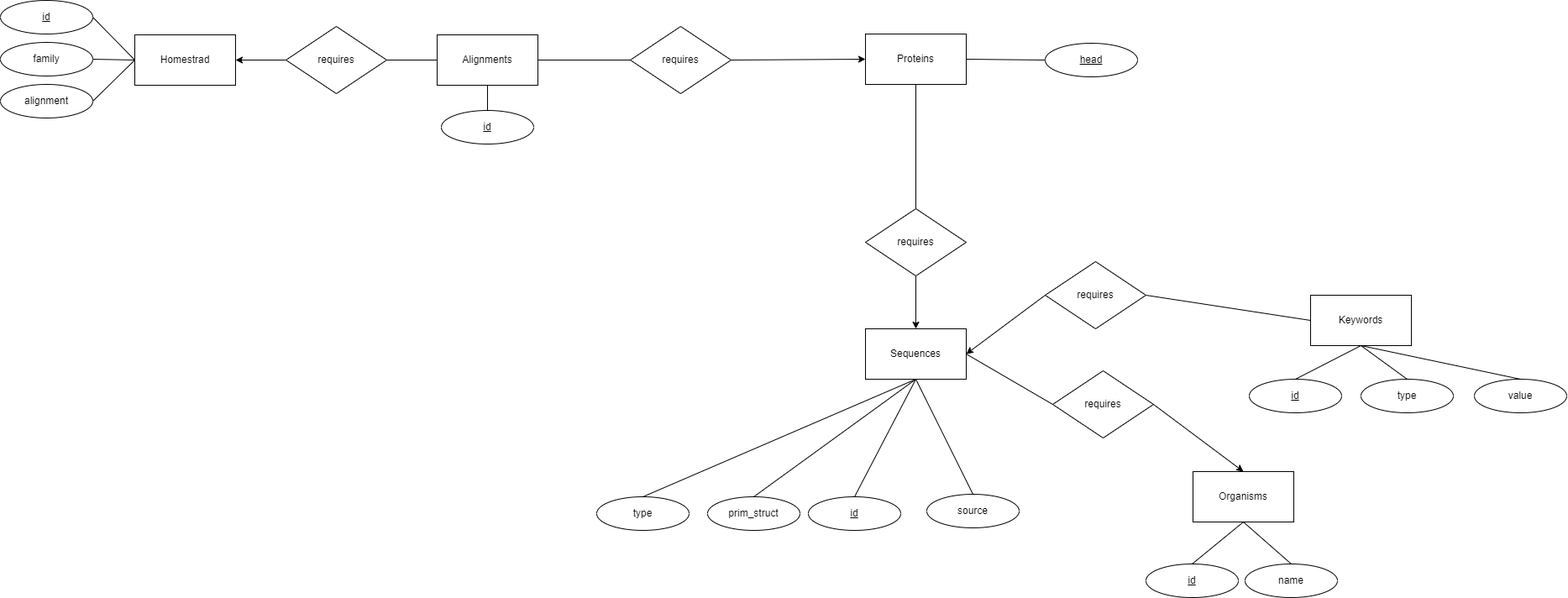
This is schema.png from juliusstein77/propra_blockteil, a draw.io export, as it was before one commit. Source tidied: cells renumbered, new cells last; positions are measured from the earlier drawing's top-left corner, leaving out a move shared by most shapes.
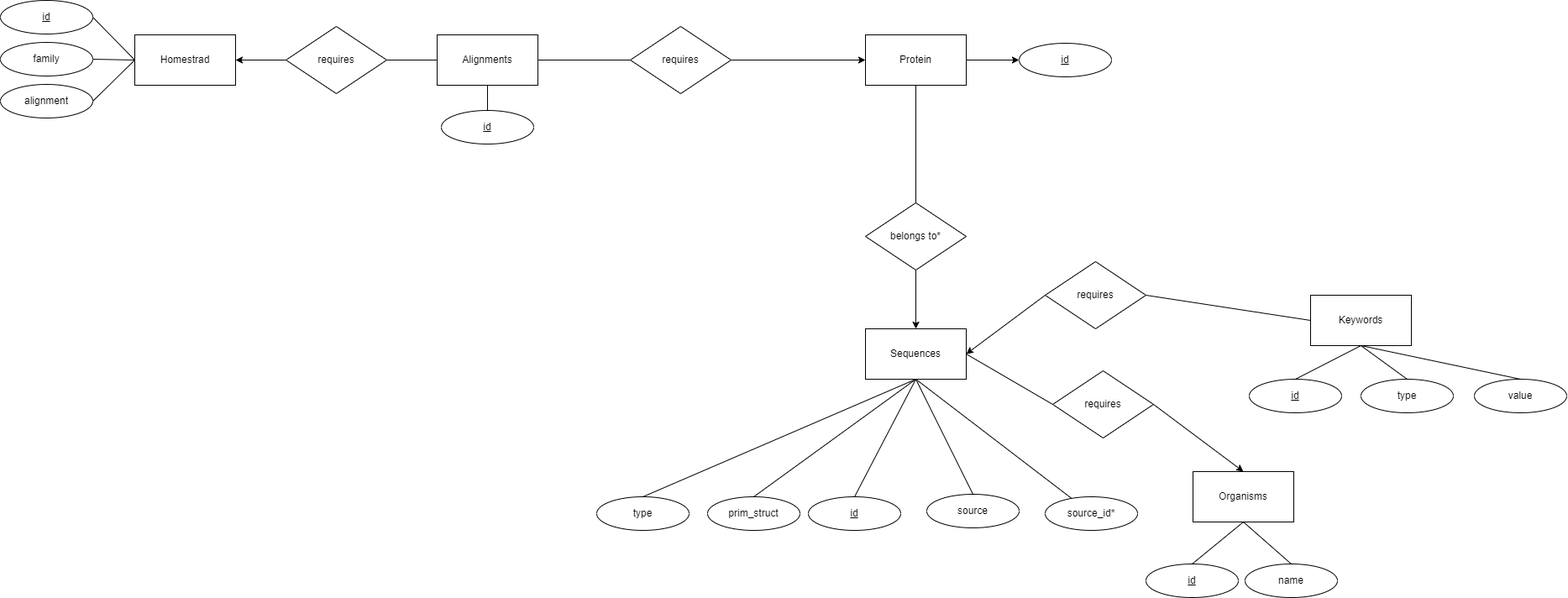
Above is the later version.

What changed in the source:
```diff
@@ -2,18 +2,9 @@
   <root>
     <mxCell id="0" />
     <mxCell id="1" parent="0" />
-    <mxCell id="2" style="rounded=0;jettySize=auto;html=1;exitX=1;exitY=0.5;exitDx=0;exitDy=0;entryX=0;entryY=0.5;entryDx=0;entryDy=0;endArrow=none;endFill=0;" parent="1" edge="1" source="19" target="5">
-      <mxGeometry relative="1" as="geometry" />
-    </mxCell>
-    <mxCell id="3" style="rounded=0;jettySize=auto;html=1;entryX=0.5;entryY=0;entryDx=0;entryDy=0;endArrow=none;endFill=0;exitX=0.5;exitY=1;exitDx=0;exitDy=0;" parent="1" edge="1" source="19" target="44">
-      <mxGeometry relative="1" as="geometry" />
-    </mxCell>
     <mxCell id="4" style="rounded=0;jettySize=auto;html=1;exitX=1;exitY=0.5;exitDx=0;exitDy=0;endArrow=none;endFill=0;entryX=0;entryY=0.5;entryDx=0;entryDy=0;" parent="1" edge="1" source="36" target="12">
       <mxGeometry relative="1" as="geometry" />
     </mxCell>
-    <mxCell id="5" value="&lt;u&gt;head&lt;/u&gt;" style="ellipse;whiteSpace=wrap;html=1;" parent="1" vertex="1">
-      <mxGeometry x="1244" y="51" width="110" height="40" as="geometry" />
-    </mxCell>
     <mxCell id="6" style="rounded=0;jettySize=auto;html=1;exitX=0.5;exitY=1;exitDx=0;exitDy=0;entryX=0.5;entryY=0;entryDx=0;entryDy=0;endArrow=none;endFill=0;" parent="1" edge="1" source="8" target="10">
       <mxGeometry relative="1" as="geometry" />
     </mxCell>
@@ -53,9 +44,6 @@
     <mxCell id="18" value="requires" style="rhombus;whiteSpace=wrap;html=1;" parent="1" vertex="1">
       <mxGeometry x="1244" y="311" width="120" height="80" as="geometry" />
     </mxCell>
-    <mxCell id="19" value="Proteins" style="rounded=0;whiteSpace=wrap;html=1;" parent="1" vertex="1">
-      <mxGeometry x="1030" y="40" width="120" height="60" as="geometry" />
-    </mxCell>
     <mxCell id="20" style="rounded=0;jettySize=auto;html=1;exitX=0;exitY=0.5;exitDx=0;exitDy=0;entryX=1;entryY=0.5;entryDx=0;entryDy=0;endArrow=none;endFill=0;" parent="1" edge="1" source="24" target="25">
       <mxGeometry relative="1" as="geometry" />
     </mxCell>
@@ -92,9 +80,9 @@
     <mxCell id="31" value="requires" style="rhombus;whiteSpace=wrap;html=1;" parent="1" vertex="1">
       <mxGeometry x="340" y="31" width="120" height="80" as="geometry" />
     </mxCell>
-    <mxCell id="32" style="rounded=0;jettySize=auto;html=1;exitX=1;exitY=0.5;exitDx=0;exitDy=0;entryX=0;entryY=0.5;entryDx=0;entryDy=0;" parent="1" edge="1" source="33" target="19">
-      <mxGeometry relative="1" as="geometry" />
-    </mxCell>
+    <mxCell id="51" style="edgeStyle=orthogonalEdgeStyle;rounded=0;jettySize=auto;html=1;exitX=1;exitY=0.5;exitDx=0;exitDy=0;entryX=0;entryY=0.5;entryDx=0;entryDy=0;" parent="1" edge="1" source="33" target="56">
+      <mxGeometry relative="1" as="geometry" />
+    </mxCell>
     <mxCell id="33" value="requires" style="rhombus;whiteSpace=wrap;html=1;" parent="1" vertex="1">
       <mxGeometry x="750" y="31" width="120" height="80" as="geometry" />
     </mxCell>
@@ -104,6 +92,9 @@
     <mxCell id="35" value="&lt;u&gt;id&lt;/u&gt;" style="ellipse;whiteSpace=wrap;html=1;" parent="1" vertex="1">
       <mxGeometry x="1364" y="671" width="110" height="40" as="geometry" />
     </mxCell>
+    <mxCell id="52" style="rounded=0;jettySize=auto;html=1;exitX=0.5;exitY=1;exitDx=0;exitDy=0;endArrow=none;endFill=0;" parent="1" edge="1" source="36" target="53">
+      <mxGeometry relative="1" as="geometry" />
+    </mxCell>
     <mxCell id="36" value="Sequences" style="rounded=0;whiteSpace=wrap;html=1;" parent="1" vertex="1">
       <mxGeometry x="1030" y="391" width="120" height="60" as="geometry" />
     </mxCell>
@@ -125,11 +116,11 @@
     <mxCell id="42" value="source" style="ellipse;whiteSpace=wrap;html=1;" parent="1" vertex="1">
       <mxGeometry x="1103" y="588" width="110" height="40" as="geometry" />
     </mxCell>
-    <mxCell id="43" style="rounded=0;jettySize=auto;html=1;exitX=0.5;exitY=1;exitDx=0;exitDy=0;" parent="1" edge="1" source="44" target="36">
+    <mxCell id="43" style="edgeStyle=orthogonalEdgeStyle;rounded=0;jettySize=auto;html=1;exitX=0.5;exitY=1;exitDx=0;exitDy=0;entryX=0.5;entryY=0;entryDx=0;entryDy=0;" parent="1" edge="1" source="44" target="36">
       <mxGeometry relative="1" as="geometry" />
     </mxCell>
-    <mxCell id="44" value="requires" style="rhombus;whiteSpace=wrap;html=1;" parent="1" vertex="1">
-      <mxGeometry x="1030" y="248" width="120" height="80" as="geometry" />
+    <mxCell id="44" value="belongs to*" style="rhombus;whiteSpace=wrap;html=1;" parent="1" vertex="1">
+      <mxGeometry x="1030" y="241" width="120" height="80" as="geometry" />
     </mxCell>
     <mxCell id="45" value="type" style="ellipse;whiteSpace=wrap;html=1;" parent="1" vertex="1">
       <mxGeometry x="710" y="591" width="110" height="40" as="geometry" />
@@ -149,5 +140,20 @@
     <mxCell id="50" value="value" style="ellipse;whiteSpace=wrap;html=1;" parent="1" vertex="1">
       <mxGeometry x="1755" y="451" width="110" height="40" as="geometry" />
     </mxCell>
+    <mxCell id="53" value="source_id*" style="ellipse;whiteSpace=wrap;html=1;" parent="1" vertex="1">
+      <mxGeometry x="1244" y="591" width="110" height="40" as="geometry" />
+    </mxCell>
+    <mxCell id="54" style="edgeStyle=orthogonalEdgeStyle;rounded=0;jettySize=auto;html=1;exitX=0.5;exitY=1;exitDx=0;exitDy=0;endArrow=none;endFill=0;" parent="1" edge="1" source="56" target="44">
+      <mxGeometry relative="1" as="geometry" />
+    </mxCell>
+    <mxCell id="55" style="rounded=0;jettySize=auto;html=1;exitX=1;exitY=0.5;exitDx=0;exitDy=0;entryX=0;entryY=0.5;entryDx=0;entryDy=0;" parent="1" edge="1" source="56" target="57">
+      <mxGeometry relative="1" as="geometry" />
+    </mxCell>
+    <mxCell id="56" value="Protein" style="rounded=0;whiteSpace=wrap;html=1;" parent="1" vertex="1">
+      <mxGeometry x="1030" y="41" width="120" height="60" as="geometry" />
+    </mxCell>
+    <mxCell id="57" value="&lt;u&gt;id&lt;/u&gt;" style="ellipse;whiteSpace=wrap;html=1;" parent="1" vertex="1">
+      <mxGeometry x="1213" y="51" width="110" height="40" as="geometry" />
+    </mxCell>
   </root>
 </mxGraphModel>
```
